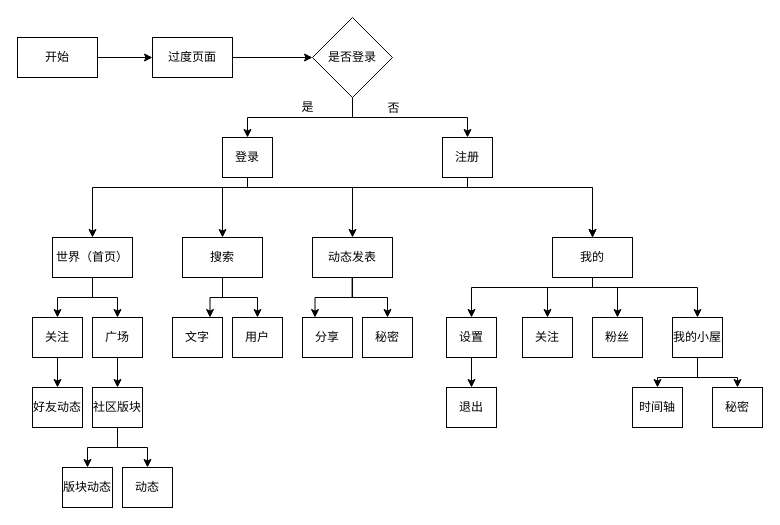
This is page "Page-1" (1 of 2) of Untitled Diagram.drawio from Corkkly/officeLady, a draw.io file, before an edit. Source tidied: cells renumbered, new cells numbered last; positions are measured from the earlier drawing's top-left corner, leaving out a move shared by most shapes. Both pictures are drawn from the tidied source at 100%, with x=0, y=0 at pixel (17, 17).
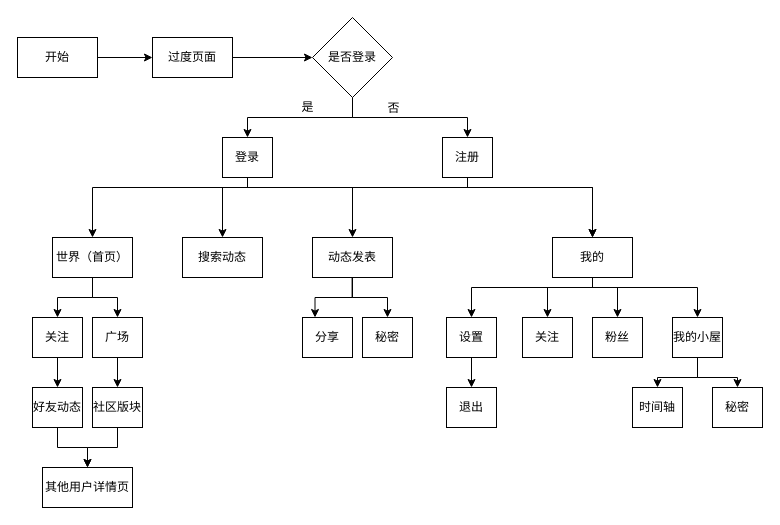
The same diagram, later.

Unchanged cells that the change refers to:
```xml
<mxCell id="20" value="好友动态" style="rounded=0;whiteSpace=wrap;html=1;" parent="1" vertex="1">
  <mxGeometry x="15" y="370" width="50" height="40" as="geometry" />
</mxCell>
<mxCell id="23" value="社区版块" style="rounded=0;whiteSpace=wrap;html=1;" parent="1" vertex="1">
  <mxGeometry x="75" y="370" width="50" height="40" as="geometry" />
</mxCell>
```

Change to the diagram source:
```diff
@@
-    <mxCell id="2" style="edgeStyle=orthogonalEdgeStyle;rounded=0;jettySize=auto;html=1;entryX=0.75;entryY=0;entryDx=0;entryDy=0;" parent="1" edge="1" source="4" target="26">
-      <mxGeometry relative="1" as="geometry" />
-    </mxCell>
-    <mxCell id="3" style="edgeStyle=orthogonalEdgeStyle;rounded=0;jettySize=auto;html=1;entryX=0.5;entryY=0;entryDx=0;entryDy=0;" parent="1" edge="1" source="4" target="24">
-      <mxGeometry relative="1" as="geometry" />
-    </mxCell>
-    <mxCell id="4" value="搜索" style="rounded=0;whiteSpace=wrap;html=1;" parent="1" vertex="1">
+    <mxCell id="4" value="搜索动态" style="rounded=0;whiteSpace=wrap;html=1;" parent="1" vertex="1">
       <mxGeometry x="165" y="220" width="80" height="40" as="geometry" />
     </mxCell>
@@
+    <mxCell id="59" style="edgeStyle=orthogonalEdgeStyle;rounded=0;jettySize=auto;html=1;" parent="1" edge="1" source="20" target="61">
+      <mxGeometry relative="1" as="geometry" />
+    </mxCell>
@@
-    <mxCell id="21" style="edgeStyle=orthogonalEdgeStyle;rounded=0;jettySize=auto;html=1;entryX=0.5;entryY=0;entryDx=0;entryDy=0;" parent="1" edge="1" source="23" target="25">
-      <mxGeometry relative="1" as="geometry" />
-    </mxCell>
-    <mxCell id="22" style="edgeStyle=orthogonalEdgeStyle;rounded=0;jettySize=auto;html=1;entryX=0.5;entryY=0;entryDx=0;entryDy=0;" parent="1" edge="1" source="23" target="27">
-      <mxGeometry relative="1" as="geometry" />
-    </mxCell>
+    <mxCell id="60" style="edgeStyle=orthogonalEdgeStyle;rounded=0;jettySize=auto;html=1;" parent="1" edge="1" source="23" target="61">
+      <mxGeometry relative="1" as="geometry" />
+    </mxCell>
@@
-    <mxCell id="24" value="用户" style="rounded=0;whiteSpace=wrap;html=1;" parent="1" vertex="1">
-      <mxGeometry x="215" y="300" width="50" height="40" as="geometry" />
-    </mxCell>
-    <mxCell id="25" value="版块动态" style="rounded=0;whiteSpace=wrap;html=1;" parent="1" vertex="1">
-      <mxGeometry x="45" y="450" width="50" height="40" as="geometry" />
-    </mxCell>
-    <mxCell id="26" value="文字" style="rounded=0;whiteSpace=wrap;html=1;" parent="1" vertex="1">
-      <mxGeometry x="155" y="300" width="50" height="40" as="geometry" />
-    </mxCell>
-    <mxCell id="27" value="动态" style="rounded=0;whiteSpace=wrap;html=1;" parent="1" vertex="1">
-      <mxGeometry x="105" y="450" width="50" height="40" as="geometry" />
-    </mxCell>
+    <mxCell id="61" value="其他用户详情页" style="rounded=0;whiteSpace=wrap;html=1;" parent="1" vertex="1">
+      <mxGeometry x="25" y="450" width="90" height="40" as="geometry" />
+    </mxCell>
@@
-    <mxCell id="41" style="endArrow=none;html=1;" parent="1" edge="1">
-      <mxGeometry relative="1" as="geometry">
-        <mxPoint x="205" y="260" as="sourcePoint" />
-        <mxPoint x="205" y="280" as="targetPoint" />
-      </mxGeometry>
-    </mxCell>
```
